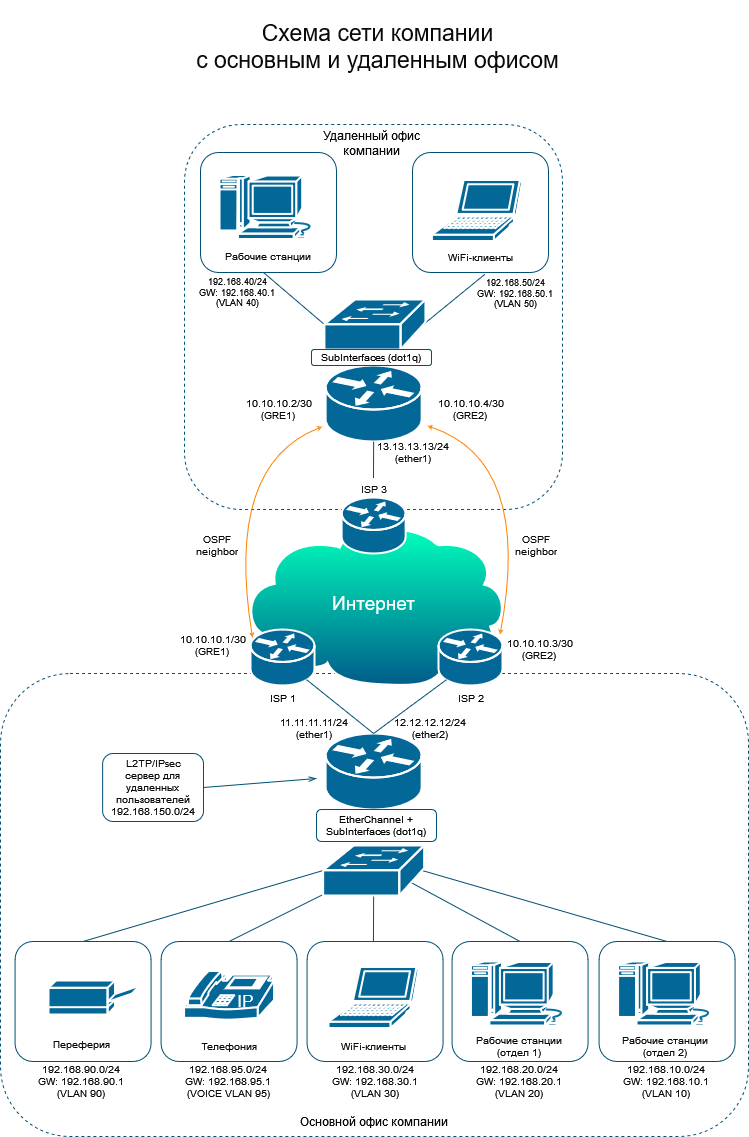
Before: .homeworks/5. DevOps и системное администрирование/13. Компьютерные сети (часть 3)/.assets/images/l3-company-example.drawio.png, a diagram exported from draw.io (ivanmanokhin/devops-netology). Source tidied: cells renumbered, new cells last; positions are measured from the earlier drawing's top-left corner, leaving out a move shared by most shapes.
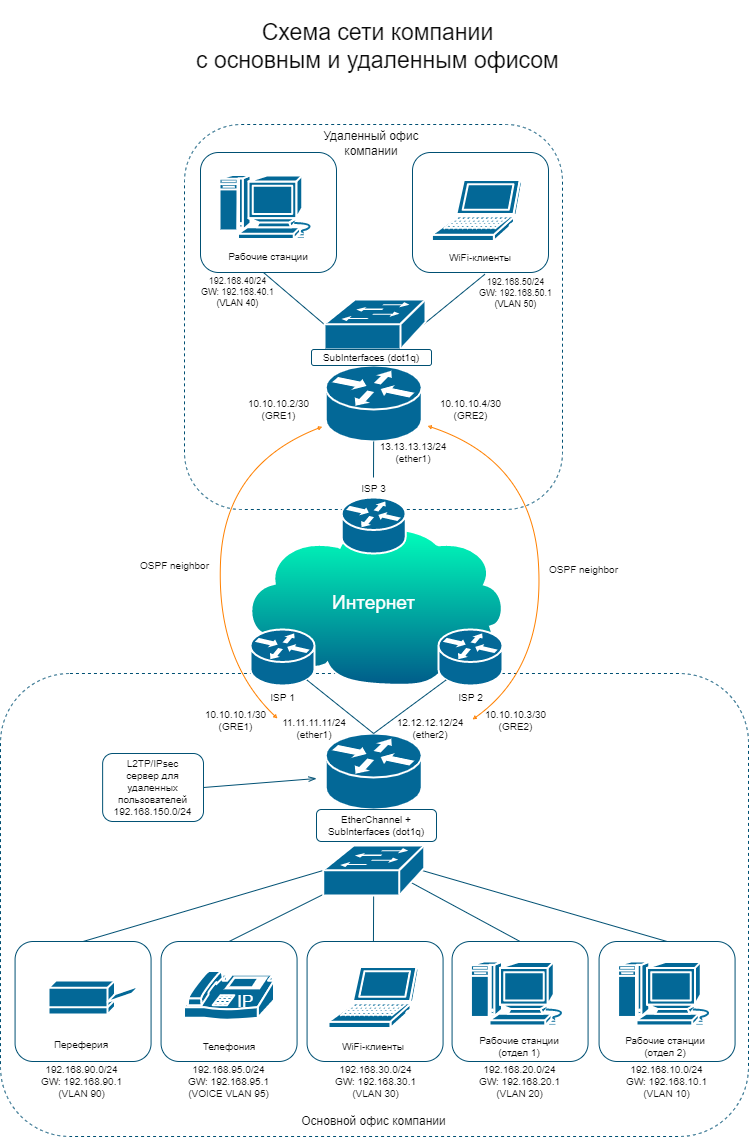
Above is the later version.

Commit message:
fix scheme in homework 5.13 (Компьютерные сети (часть 3))

The edit, as a diff of the source:
```diff
@@ -149,24 +149,27 @@
     </mxCell>
     <mxCell id="49" style="endArrow=classic;html=1;rounded=0;fontSize=9;fontColor=#0A0A0A;strokeColor=#FF8000;strokeWidth=1;curved=1;entryX=0.92;entryY=1.038;entryDx=0;entryDy=0;entryPerimeter=0;startArrow=classic;startFill=0;endFill=0;endSize=2;startSize=2;" parent="1" edge="1" target="53">
       <mxGeometry relative="1" as="geometry">
-        <mxPoint x="252" y="637" as="sourcePoint" />
+        <mxPoint x="277" y="718" as="sourcePoint" />
         <Array as="points">
+          <mxPoint x="216" y="660" />
           <mxPoint x="224" y="464" />
         </Array>
       </mxGeometry>
     </mxCell>
-    <mxCell id="50" style="endArrow=classic;html=1;rounded=0;fontSize=9;fontColor=#0A0A0A;strokeColor=#FF8000;strokeWidth=1;curved=1;entryX=0.112;entryY=0.031;entryDx=0;entryDy=0;entryPerimeter=0;exitX=0.082;exitY=1.013;exitDx=0;exitDy=0;exitPerimeter=0;startArrow=classic;startFill=0;endFill=0;endSize=2;startSize=2;" parent="1" edge="1" source="54" target="51">
+    <mxCell id="50" style="endArrow=classic;html=1;rounded=0;fontSize=9;fontColor=#0A0A0A;strokeColor=#FF8000;strokeWidth=1;curved=1;exitX=0.082;exitY=1.013;exitDx=0;exitDy=0;exitPerimeter=0;startArrow=classic;startFill=0;endFill=0;endSize=2;startSize=2;" parent="1" edge="1" source="54">
       <mxGeometry relative="1" as="geometry">
+        <mxPoint x="472" y="719" as="targetPoint" />
         <Array as="points">
           <mxPoint x="532" y="460" />
+          <mxPoint x="544" y="668" />
         </Array>
       </mxGeometry>
     </mxCell>
     <mxCell id="51" value="&lt;div style=&quot;font-size: 10px;&quot;&gt;10.10.10.3/30&lt;/div&gt;&lt;div style=&quot;font-size: 10px;&quot;&gt;(GRE2)&lt;br style=&quot;font-size: 10px;&quot;&gt;&lt;/div&gt;" style="text;html=1;strokeColor=none;fillColor=none;align=center;verticalAlign=middle;whiteSpace=wrap;rounded=0;fontSize=10;fontColor=#0A0A0A;" parent="1" vertex="1">
-      <mxGeometry x="488" y="633" width="102.9" height="32" as="geometry" />
+      <mxGeometry x="463.9" y="704" width="102.9" height="32" as="geometry" />
     </mxCell>
     <mxCell id="52" value="&lt;div style=&quot;font-size: 10px;&quot;&gt;10.10.10.1/30&lt;/div&gt;&lt;div style=&quot;font-size: 10px;&quot;&gt;(GRE1)&lt;br style=&quot;font-size: 10px;&quot;&gt;&lt;/div&gt;" style="text;html=1;strokeColor=none;fillColor=none;align=center;verticalAlign=middle;whiteSpace=wrap;rounded=0;fontSize=10;fontColor=#0A0A0A;" parent="1" vertex="1">
-      <mxGeometry x="161.4" y="629" width="102.9" height="32" as="geometry" />
+      <mxGeometry x="184" y="704" width="102.9" height="32" as="geometry" />
     </mxCell>
     <mxCell id="53" value="&lt;div style=&quot;font-size: 10px;&quot;&gt;10.10.10.2/30&lt;/div&gt;&lt;div style=&quot;font-size: 10px;&quot;&gt;(GRE1)&lt;br style=&quot;font-size: 10px;&quot;&gt;&lt;/div&gt;" style="text;html=1;strokeColor=none;fillColor=none;align=center;verticalAlign=middle;whiteSpace=wrap;rounded=0;fontSize=10;fontColor=#0A0A0A;" parent="1" vertex="1">
       <mxGeometry x="227.1" y="393" width="102.9" height="32" as="geometry" />
@@ -185,11 +188,11 @@
         <mxPoint x="316" y="778" as="sourcePoint" />
       </mxGeometry>
     </mxCell>
-    <mxCell id="58" value="OSPF neighbor" style="text;html=1;strokeColor=none;fillColor=none;align=center;verticalAlign=middle;whiteSpace=wrap;rounded=0;fontSize=10;fontColor=#0A0A0A;" parent="1" vertex="1">
-      <mxGeometry x="181" y="533" width="70.9" height="24" as="geometry" />
+    <mxCell id="58" value="OSPF neighbor" style="text;html=1;strokeColor=none;fillColor=none;align=center;verticalAlign=middle;whiteSpace=wrap;rounded=0;fontSize=10;fontColor=#0A0A0A;direction=west;textDirection=ltr;" parent="1" vertex="1">
+      <mxGeometry x="139" y="553" width="70.9" height="24" as="geometry" />
     </mxCell>
     <mxCell id="59" value="OSPF neighbor" style="text;html=1;strokeColor=none;fillColor=none;align=center;verticalAlign=middle;whiteSpace=wrap;rounded=0;fontSize=10;fontColor=#0A0A0A;" parent="1" vertex="1">
-      <mxGeometry x="500.1" y="533" width="70.9" height="24" as="geometry" />
+      <mxGeometry x="548" y="557" width="70.9" height="24" as="geometry" />
     </mxCell>
     <mxCell id="60" style="rounded=1;whiteSpace=wrap;html=1;fontSize=10;fontColor=#FEFAE0;strokeColor=#005073;fillColor=none;" parent="1" vertex="1">
       <mxGeometry x="102.1" y="753" width="100.9" height="68" as="geometry" />
```
